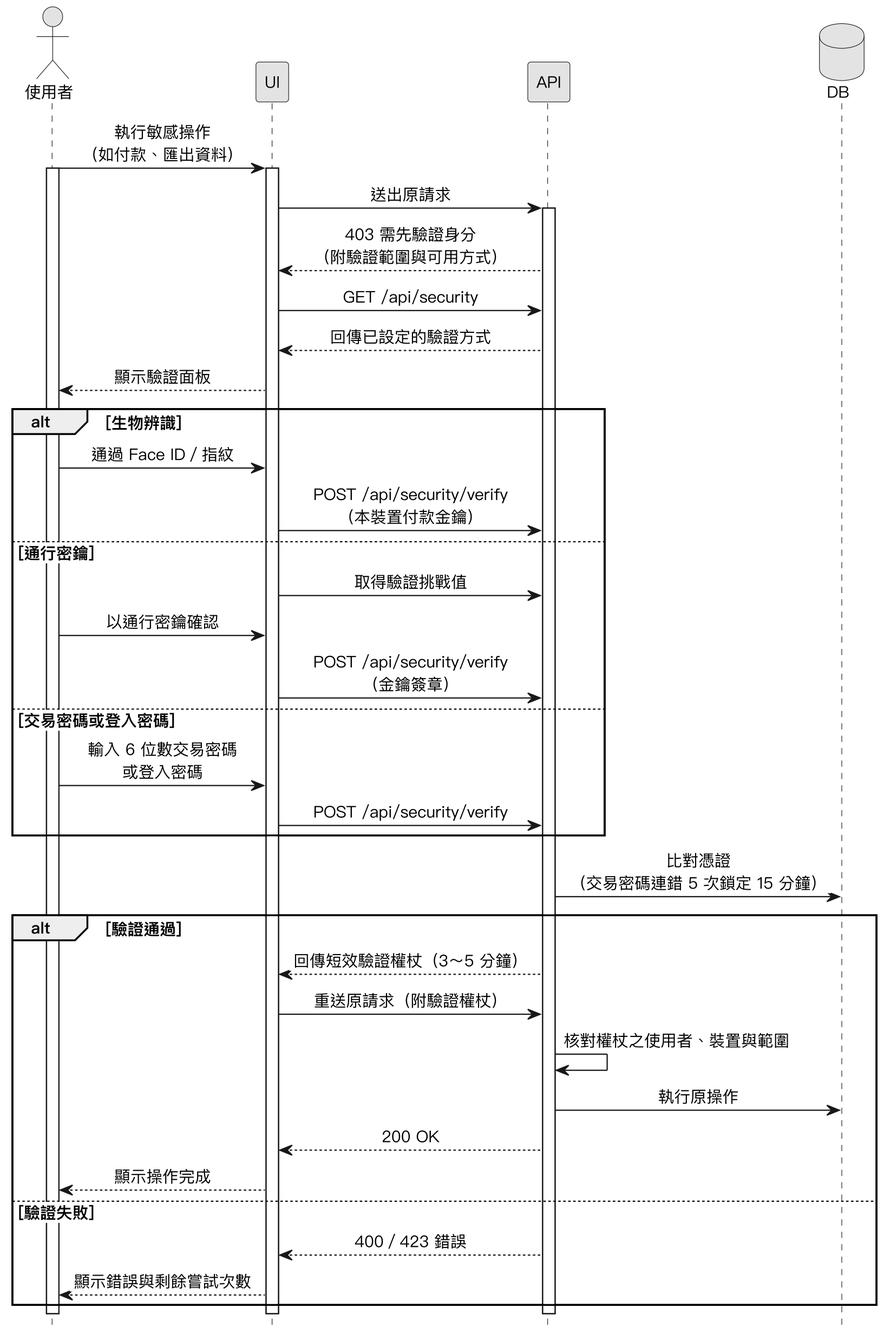
Before: Diagrams/Sequence Diagrams/v3/seq_verification.png, a diagram exported from PlantUML (SaveMyBook/SaveMyBook). The source it was exported from:
```plantuml
@startuml
skinparam monochrome true
skinparam shadowing false
skinparam dpi 220
skinparam defaultFontName "PingFang TC"
skinparam defaultFontSize 13
skinparam sequenceMessageAlign center
skinparam ParticipantPadding 18
hide footbox

actor 使用者
participant UI
participant API
database DB

使用者 -> UI : 執行敏感操作\n（如付款、匯出資料）
activate 使用者
activate UI
UI -> API : 送出原請求
activate API
API --> UI : 403 需先驗證身分\n（附驗證範圍與可用方式）
UI -> API : GET /api/security
API --> UI : 回傳已設定的驗證方式
UI --> 使用者 : 顯示驗證面板

alt 生物辨識
  使用者 -> UI : 通過 Face ID／指紋
  UI -> API : POST /api/security/verify\n（本裝置付款金鑰）
else 通行密鑰
  UI -> API : 取得驗證挑戰值
  使用者 -> UI : 以通行密鑰確認
  UI -> API : POST /api/security/verify\n（金鑰簽章）
else 交易密碼或登入密碼
  使用者 -> UI : 輸入 6 位數交易密碼\n或登入密碼
  UI -> API : POST /api/security/verify
end

API -> DB : 比對憑證\n（交易密碼連錯 5 次鎖定 15 分鐘）
alt 驗證通過
  API --> UI : 回傳短效驗證權杖（3～5 分鐘）
  UI -> API : 重送原請求（附驗證權杖）
  API -> API : 核對權杖之使用者、裝置與範圍
  API -> DB : 執行原操作
  API --> UI : 200 OK
  UI --> 使用者 : 顯示操作完成
else 驗證失敗
  API --> UI : 400／423 錯誤
  UI --> 使用者 : 顯示錯誤與剩餘嘗試次數
end
deactivate API
deactivate UI
deactivate 使用者
@enduml
```
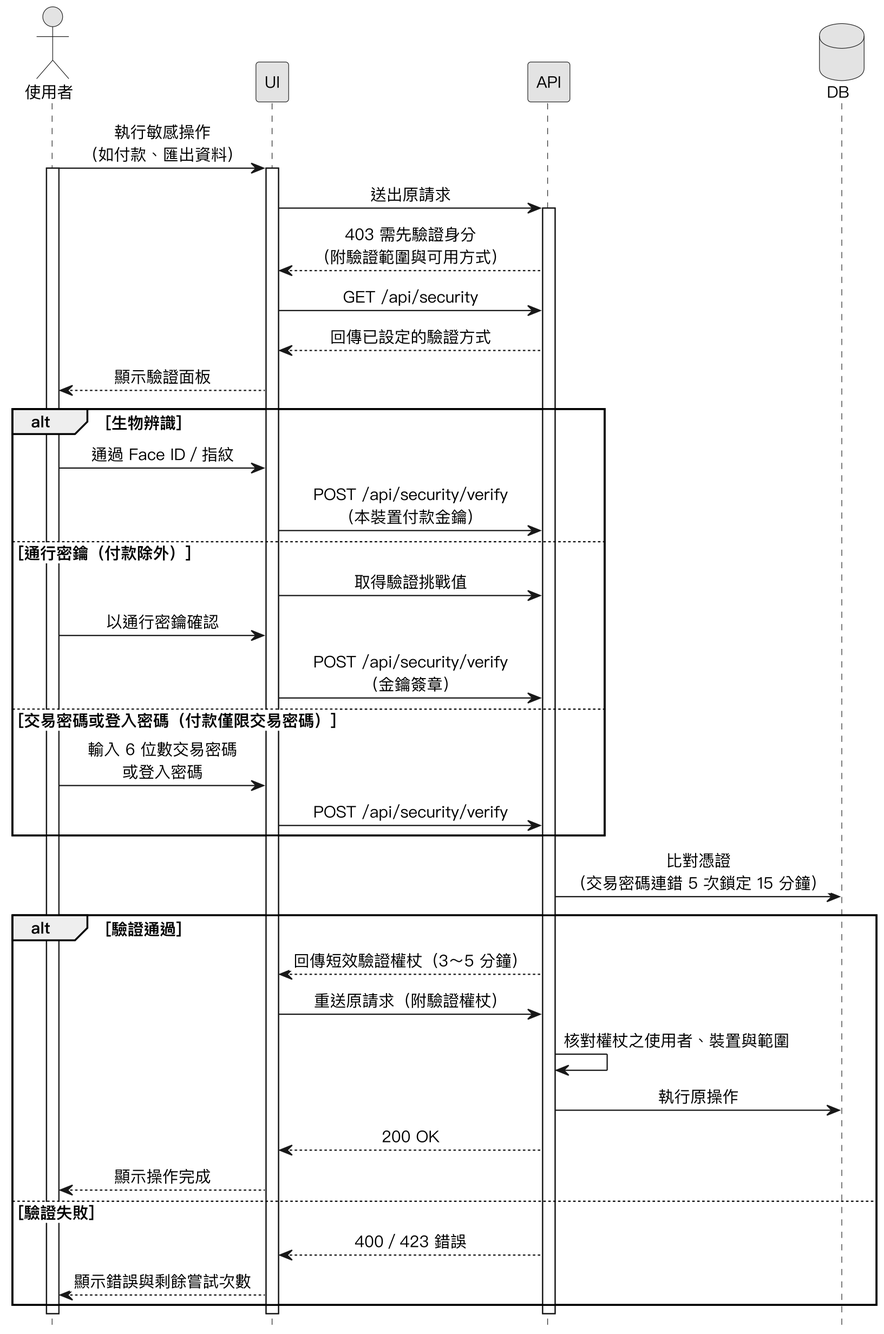
The same file after the commit.

Change to the diagram source:
```diff
@@ -26,11 +26,11 @@
 alt 生物辨識
   使用者 -> UI : 通過 Face ID／指紋
   UI -> API : POST /api/security/verify\n（本裝置付款金鑰）
-else 通行密鑰
+else 通行密鑰（付款除外）
   UI -> API : 取得驗證挑戰值
   使用者 -> UI : 以通行密鑰確認
   UI -> API : POST /api/security/verify\n（金鑰簽章）
-else 交易密碼或登入密碼
+else 交易密碼或登入密碼（付款僅限交易密碼）
   使用者 -> UI : 輸入 6 位數交易密碼\n或登入密碼
   UI -> API : POST /api/security/verify
 end
```
